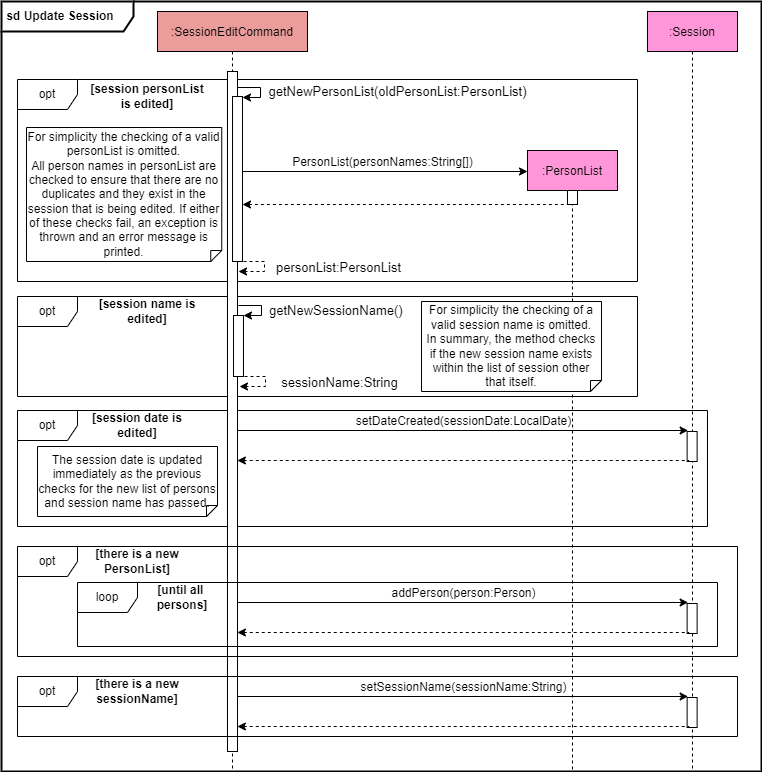
nus-cs2113-AY2122S2/tp keeps this draw.io diagram as docs/images/developerguide/RefUpdateSession.png. Above is the earlier version. Source tidied: cells renumbered, new cells last; positions are measured from the earlier drawing's top-left corner, leaving out a move shared by most shapes.
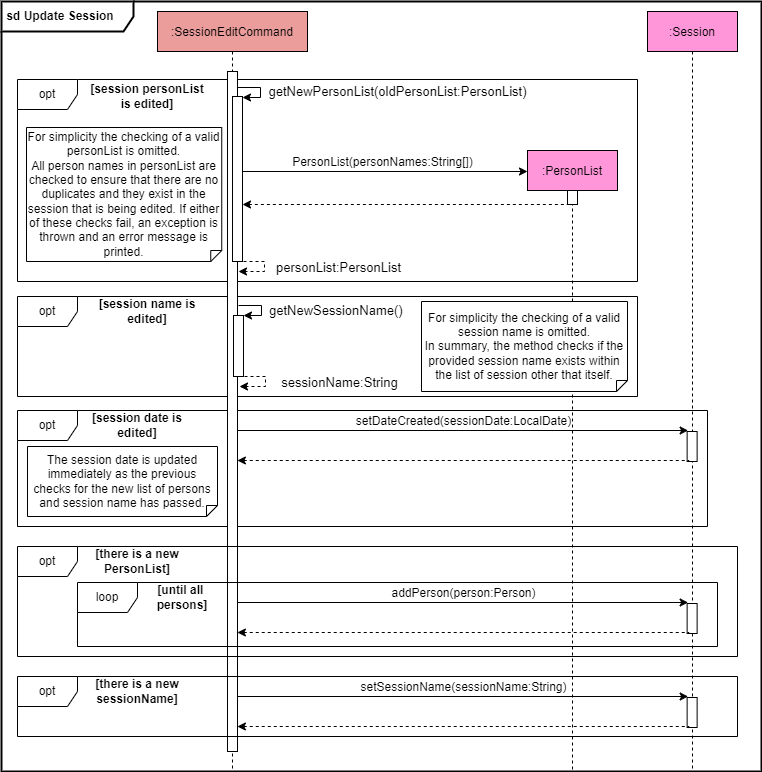
After the change.

Commit message:
Update diagram for developer guide

The edit, as a diff of the source:
```diff
@@ -109,11 +109,11 @@
         </Array>
       </mxGeometry>
     </mxCell>
-    <mxCell id="25" value="For simplicity the checking of a valid session name is omitted.&lt;br&gt;In summary, the method checks if the new session name exists within the list of session other that itself." style="shape=note;size=11;whiteSpace=wrap;html=1;flipV=1;" parent="1" vertex="1">
-      <mxGeometry x="420" y="300" width="180" height="90" as="geometry" />
+    <mxCell id="25" value="For simplicity the checking of a valid session name is omitted.&lt;br&gt;In summary, the method checks if the provided session name exists within the list of session other that itself." style="shape=note;size=11;whiteSpace=wrap;html=1;flipV=1;" parent="1" vertex="1">
+      <mxGeometry x="420" y="300" width="206" height="90" as="geometry" />
     </mxCell>
     <mxCell id="26" value="The session date is updated immediately as the previous checks for the new list of persons and session name has passed." style="shape=note;size=11;whiteSpace=wrap;html=1;flipV=1;" parent="1" vertex="1">
-      <mxGeometry x="36" y="445" width="180" height="70" as="geometry" />
+      <mxGeometry x="26" y="445" width="190" height="70" as="geometry" />
     </mxCell>
     <mxCell id="27" value="opt" style="shape=umlFrame;whiteSpace=wrap;html=1;fontSize=12;" parent="1" vertex="1">
       <mxGeometry x="16" y="545" width="720" height="110" as="geometry" />
```
